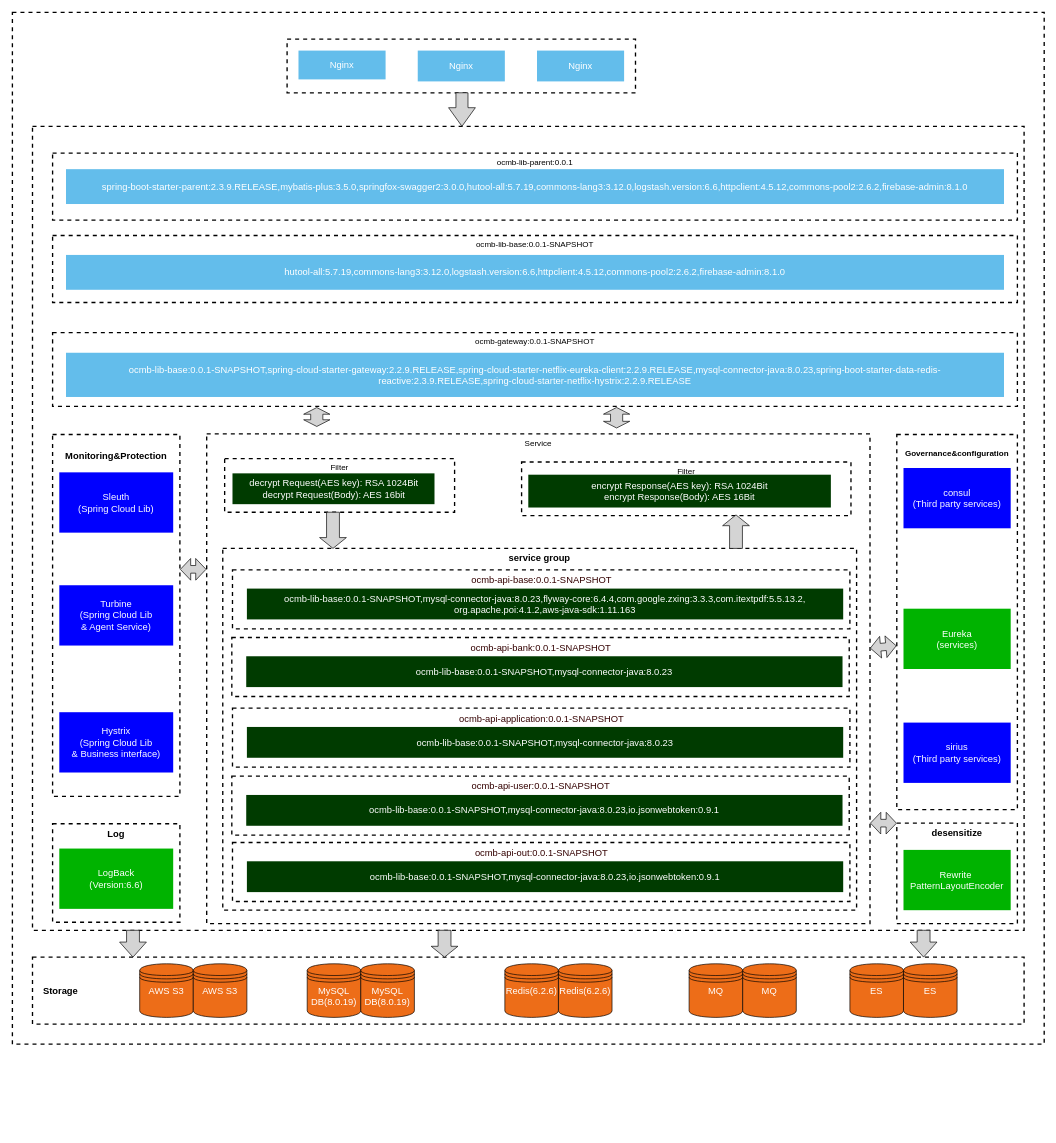
Before: user/ocmb-service-lib.drawio in jiangwu85/cloud-config-samples, a draw.io diagram. Source tidied: cells renumbered, new cells numbered last; positions are measured from the earlier drawing's top-left corner, leaving out a move shared by most shapes. Both pictures are drawn from the tidied source at 67%, with x=0, y=0 at pixel (12, 12).
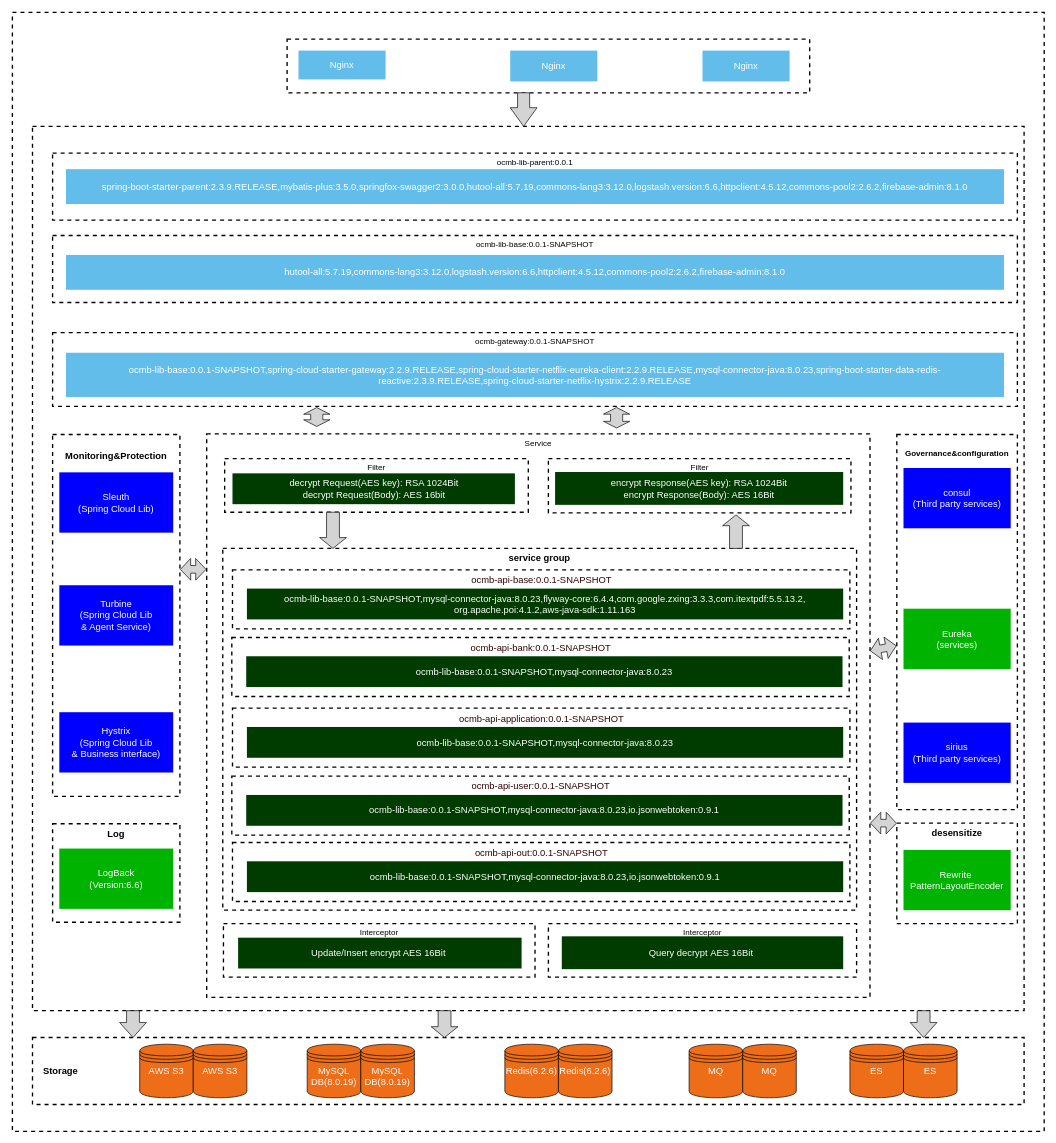
After the change.

The edit, as a diff of the source:
```diff
@@
     <mxCell id="2" style="rounded=0;whiteSpace=wrap;html=1;dashed=1;strokeWidth=2;fillColor=none;" parent="1" vertex="1">
-      <mxGeometry width="1540" height="1540" as="geometry" />
+      <mxGeometry width="1540" height="1670" as="geometry" />
     </mxCell>
     <mxCell id="3" style="rounded=0;whiteSpace=wrap;html=1;dashed=1;strokeWidth=2;fillColor=none;" parent="1" vertex="1">
-      <mxGeometry x="30" y="170" width="1480" height="1200" as="geometry" />
+      <mxGeometry x="30" y="170" width="1480" height="1320" as="geometry" />
     </mxCell>
@@
     <mxCell id="6" value="&lt;span style=&quot;font-weight: 400;&quot;&gt;Service&lt;/span&gt;" style="rounded=0;whiteSpace=wrap;html=1;dashed=1;strokeWidth=2;fillColor=none;verticalAlign=top;fontStyle=1;" parent="1" vertex="1">
-      <mxGeometry x="290" y="629" width="990" height="731" as="geometry" />
+      <mxGeometry x="290" y="629" width="990" height="841" as="geometry" />
     </mxCell>
@@
     <mxCell id="11" style="rounded=0;whiteSpace=wrap;html=1;dashed=1;strokeWidth=2;fillColor=none;" parent="1" vertex="1">
-      <mxGeometry x="410" y="40" width="520" height="80" as="geometry" />
+      <mxGeometry x="410" y="40" width="780" height="80" as="geometry" />
     </mxCell>
@@
     <mxCell id="13" value="　Storage" style="rounded=0;whiteSpace=wrap;html=1;dashed=1;strokeWidth=2;fillColor=none;align=left;fontSize=14;fontStyle=1;" parent="1" vertex="1">
-      <mxGeometry x="30" y="1410" width="1480" height="100" as="geometry" />
+      <mxGeometry x="30" y="1530" width="1480" height="100" as="geometry" />
     </mxCell>
@@
     <mxCell id="20" value="Nginx" style="rounded=0;whiteSpace=wrap;html=1;dashed=1;strokeWidth=2;fillColor=#63BDEB;fontSize=14;fontColor=#FFFFFF;strokeColor=none;" parent="1" vertex="1">
-      <mxGeometry x="605" y="57" width="130" height="46" as="geometry" />
+      <mxGeometry x="743" y="57" width="130" height="46" as="geometry" />
     </mxCell>
     <mxCell id="21" value="Nginx" style="rounded=0;whiteSpace=wrap;html=1;dashed=1;strokeWidth=2;fillColor=#63BDEB;fontSize=14;fontColor=#FFFFFF;strokeColor=none;" parent="1" vertex="1">
-      <mxGeometry x="783" y="57" width="130" height="46" as="geometry" />
+      <mxGeometry x="1030" y="57" width="130" height="46" as="geometry" />
     </mxCell>
@@
     <mxCell id="25" style="group;" parent="1" vertex="1">
-      <mxGeometry x="190" y="1420" width="160" height="80" as="geometry" />
+      <mxGeometry x="190" y="1540" width="160" height="80" as="geometry" />
     </mxCell>
@@
     <mxCell id="32" style="html=1;shadow=0;dashed=0;align=center;verticalAlign=middle;shape=mxgraph.arrows2.arrow;dy=0.52;dx=22.43;direction=south;notch=0;strokeWidth=1;fillColor=#D4D4D4;fontSize=14;fontColor=#FFFFFF;" parent="1" vertex="1">
-      <mxGeometry x="160" y="1370" width="40" height="40" as="geometry" />
+      <mxGeometry x="160" y="1490" width="40" height="40" as="geometry" />
     </mxCell>
     <mxCell id="33" style="html=1;shadow=0;dashed=0;align=center;verticalAlign=middle;shape=mxgraph.arrows2.arrow;dy=0.52;dx=22.43;direction=south;notch=0;strokeWidth=1;fillColor=#D4D4D4;fontSize=14;fontColor=#FFFFFF;" parent="1" vertex="1">
-      <mxGeometry x="1340" y="1370" width="40" height="40" as="geometry" />
+      <mxGeometry x="1340" y="1490" width="40" height="40" as="geometry" />
     </mxCell>
     <mxCell id="34" style="html=1;shadow=0;dashed=0;align=center;verticalAlign=middle;shape=mxgraph.arrows2.arrow;dy=0.52;dx=16.13;direction=south;notch=0;strokeWidth=1;fillColor=#D4D4D4;fontSize=14;fontColor=#FFFFFF;" parent="1" vertex="1">
-      <mxGeometry x="625" y="1370" width="40" height="40" as="geometry" />
+      <mxGeometry x="625" y="1490" width="40" height="40" as="geometry" />
     </mxCell>
     <mxCell id="35" style="html=1;shadow=0;dashed=0;align=center;verticalAlign=middle;shape=mxgraph.arrows2.arrow;dy=0.55;dx=27.77;direction=south;notch=0;strokeWidth=1;fillColor=#D4D4D4;fontSize=14;fontColor=#FFFFFF;" parent="1" vertex="1">
-      <mxGeometry x="651" y="120" width="40" height="50" as="geometry" />
+      <mxGeometry x="743" y="120" width="40" height="50" as="geometry" />
     </mxCell>
@@
     <mxCell id="43" value="&lt;span style=&quot;font-weight: 400;&quot;&gt;Filter&lt;/span&gt;" style="rounded=0;whiteSpace=wrap;html=1;dashed=1;strokeWidth=2;fillColor=none;verticalAlign=top;fontStyle=1;" parent="1" vertex="1">
-      <mxGeometry x="316.8" y="666" width="343.2" height="80" as="geometry" />
+      <mxGeometry x="316.8" y="666" width="453.2" height="80" as="geometry" />
     </mxCell>
     <mxCell id="44" value="&lt;div&gt;decrypt Request(AES key): RSA 1024Bit&lt;/div&gt;&lt;div&gt;decrypt Request(Body): AES 16bit&lt;/div&gt;" style="rounded=0;whiteSpace=wrap;html=1;dashed=1;strokeWidth=2;fillColor=#003B00;fontSize=14;fontColor=#FFFFFF;strokeColor=none;" parent="1" vertex="1">
-      <mxGeometry x="328.5" y="688" width="301.5" height="46" as="geometry" />
+      <mxGeometry x="328.5" y="688" width="421.5" height="46" as="geometry" />
     </mxCell>
     <mxCell id="45" value="&lt;span style=&quot;font-weight: 400;&quot;&gt;Filter&lt;/span&gt;" style="rounded=0;whiteSpace=wrap;html=1;dashed=1;strokeWidth=2;fillColor=none;verticalAlign=top;fontStyle=1;" parent="1" vertex="1">
-      <mxGeometry x="760" y="671" width="491.6" height="80" as="geometry" />
+      <mxGeometry x="800" y="666" width="451.6" height="81" as="geometry" />
     </mxCell>
     <mxCell id="46" value="&lt;div&gt;encrypt Response(AES key): RSA 1024Bit&lt;/div&gt;&lt;div&gt;encrypt Response(Body): AES 16Bit&lt;/div&gt;" style="rounded=0;whiteSpace=wrap;html=1;dashed=1;strokeWidth=2;fillColor=#003B00;fontSize=14;fontColor=#FFFFFF;strokeColor=none;" parent="1" vertex="1">
-      <mxGeometry x="770" y="690" width="451.6" height="49" as="geometry" />
+      <mxGeometry x="810" y="686" width="430" height="49" as="geometry" />
     </mxCell>
@@
     <mxCell id="57" style="group;" parent="1" vertex="1">
-      <mxGeometry x="440" y="1420" width="160" height="80" as="geometry" />
+      <mxGeometry x="440" y="1540" width="160" height="80" as="geometry" />
     </mxCell>
@@
     <mxCell id="60" style="group;" parent="1" vertex="1">
-      <mxGeometry x="735" y="1420" width="160" height="80" as="geometry" />
+      <mxGeometry x="735" y="1540" width="160" height="80" as="geometry" />
     </mxCell>
@@
     <mxCell id="63" style="group;" parent="1" vertex="1">
-      <mxGeometry x="1010" y="1420" width="160" height="80" as="geometry" />
+      <mxGeometry x="1010" y="1540" width="160" height="80" as="geometry" />
     </mxCell>
@@
     <mxCell id="66" style="group;" parent="1" vertex="1">
-      <mxGeometry x="1250" y="1420" width="160" height="80" as="geometry" />
+      <mxGeometry x="1250" y="1540" width="160" height="80" as="geometry" />
     </mxCell>
@@
+    <mxCell id="69" value="&lt;span style=&quot;font-weight: 400;&quot;&gt;Interceptor&lt;/span&gt;" style="rounded=0;whiteSpace=wrap;html=1;dashed=1;strokeWidth=2;fillColor=none;verticalAlign=top;fontStyle=1;" parent="1" vertex="1">
+      <mxGeometry x="315" y="1360" width="465" height="80" as="geometry" />
+    </mxCell>
+    <mxCell id="70" value="Update/Insert encrypt AES 16Bit&amp;nbsp;" style="rounded=0;whiteSpace=wrap;html=1;dashed=1;strokeWidth=2;fillColor=#003B00;fontSize=14;fontColor=#FFFFFF;strokeColor=none;" parent="1" vertex="1">
+      <mxGeometry x="336.9" y="1381" width="423.1" height="46" as="geometry" />
+    </mxCell>
+    <mxCell id="71" value="&lt;span style=&quot;font-weight: 400;&quot;&gt;Interceptor&lt;/span&gt;" style="rounded=0;whiteSpace=wrap;html=1;dashed=1;strokeWidth=2;fillColor=none;verticalAlign=top;fontStyle=1;" parent="1" vertex="1">
+      <mxGeometry x="800" y="1360" width="460" height="80" as="geometry" />
+    </mxCell>
+    <mxCell id="72" value="Query decrypt&amp;nbsp;AES 16Bit&amp;nbsp;" style="rounded=0;whiteSpace=wrap;html=1;dashed=1;strokeWidth=2;fillColor=#003B00;fontSize=14;fontColor=#FFFFFF;strokeColor=none;" parent="1" vertex="1">
+      <mxGeometry x="820" y="1379" width="420" height="49" as="geometry" />
+    </mxCell>
```
